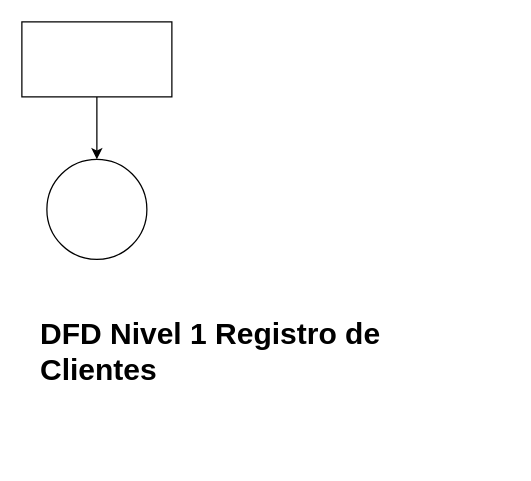
Above: Diagrama sin título.drawio in calnaran/dfds (draw.io), before the change. Source tidied: cells renumbered, new cells numbered last; positions are measured from the earlier drawing's top-left corner, leaving out a move shared by most shapes. Both pictures are drawn from the tidied source at 125%, with x=0, y=0 at pixel (21, 21).
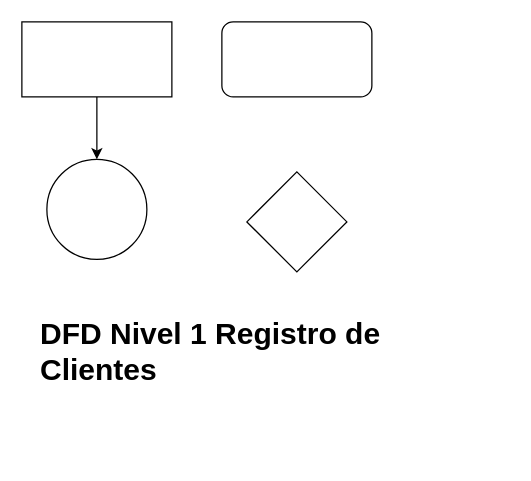
The same page after the edit.

Commit message:
Se añade la descripción del DFD

Diff of the diagram source:
```diff
@@
 <mxGraphModel>
   <root>
     <mxCell id="0" />
     <mxCell id="1" parent="0" />
     <mxCell id="2" style="edgeStyle=orthogonalEdgeStyle;rounded=0;jettySize=auto;html=1;entryX=0.5;entryY=0;entryDx=0;entryDy=0;" parent="1" edge="1" source="3" target="4">
       <mxGeometry relative="1" as="geometry" />
     </mxCell>
     <mxCell id="3" style="rounded=0;whiteSpace=wrap;html=1;" parent="1" vertex="1">
       <mxGeometry width="120" height="60" as="geometry" />
     </mxCell>
     <mxCell id="4" style="ellipse;whiteSpace=wrap;html=1;" parent="1" vertex="1">
       <mxGeometry x="20" y="110" width="80" height="80" as="geometry" />
     </mxCell>
     <mxCell id="5" value="&lt;h1&gt;DFD Nivel 1 Registro de Clientes&amp;nbsp;&lt;/h1&gt;" style="text;html=1;strokeColor=none;fillColor=none;spacing=5;spacingTop=-20;whiteSpace=wrap;overflow=hidden;rounded=0;" parent="1" vertex="1">
       <mxGeometry x="10" y="230" width="380" height="120" as="geometry" />
     </mxCell>
+    <mxCell id="6" style="rounded=1;whiteSpace=wrap;html=1;" parent="1" vertex="1">
+      <mxGeometry x="160" width="120" height="60" as="geometry" />
+    </mxCell>
+    <mxCell id="7" style="rhombus;whiteSpace=wrap;html=1;" parent="1" vertex="1">
+      <mxGeometry x="180" y="120" width="80" height="80" as="geometry" />
+    </mxCell>
   </root>
 </mxGraphModel>
```
